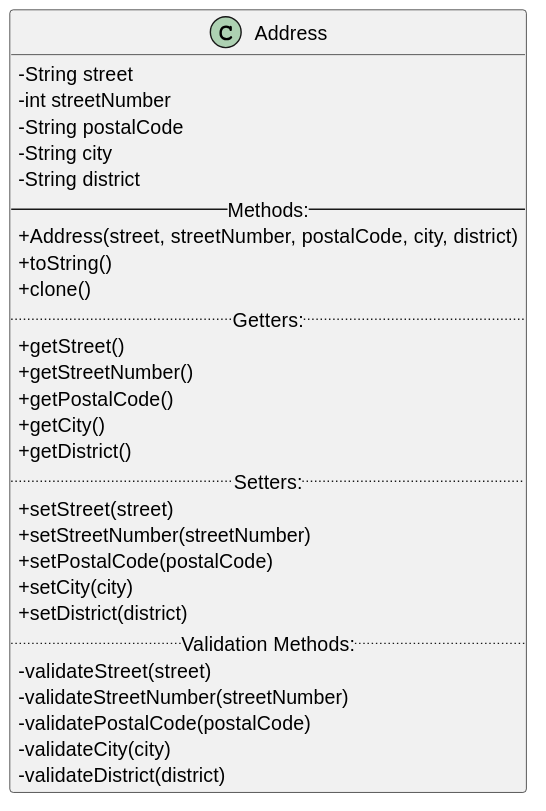
This is docs/sprintC/us020/03.design/svg/us020-class-diagram-address.svg from Rui-San/LAPR2_2023_2024, a PlantUML export, as it was before one commit.
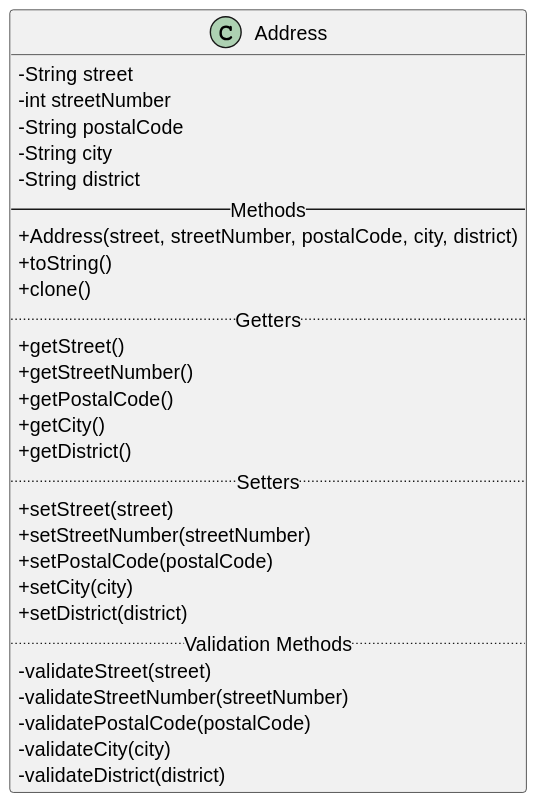
Above is the later version.

The edit, as a diff of the source:
```diff
@@ -11,23 +11,23 @@
     - String postalCode
     - String city
     - String district
---Methods:--
+    --Methods--
     + Address(street, streetNumber, postalCode, city, district)
     + toString()
     + clone()
-    ..Getters:..
+    ..Getters..
     + getStreet()
     + getStreetNumber()
     + getPostalCode()
     + getCity()
     + getDistrict()
-    ..Setters:..
+    ..Setters..
     + setStreet(street)
     + setStreetNumber(streetNumber)
     + setPostalCode(postalCode)
     + setCity(city)
     + setDistrict(district)
-    ..Validation Methods:..
+    ..Validation Methods..
     - validateStreet(street)
     - validateStreetNumber(streetNumber)
     - validatePostalCode(postalCode)
```
